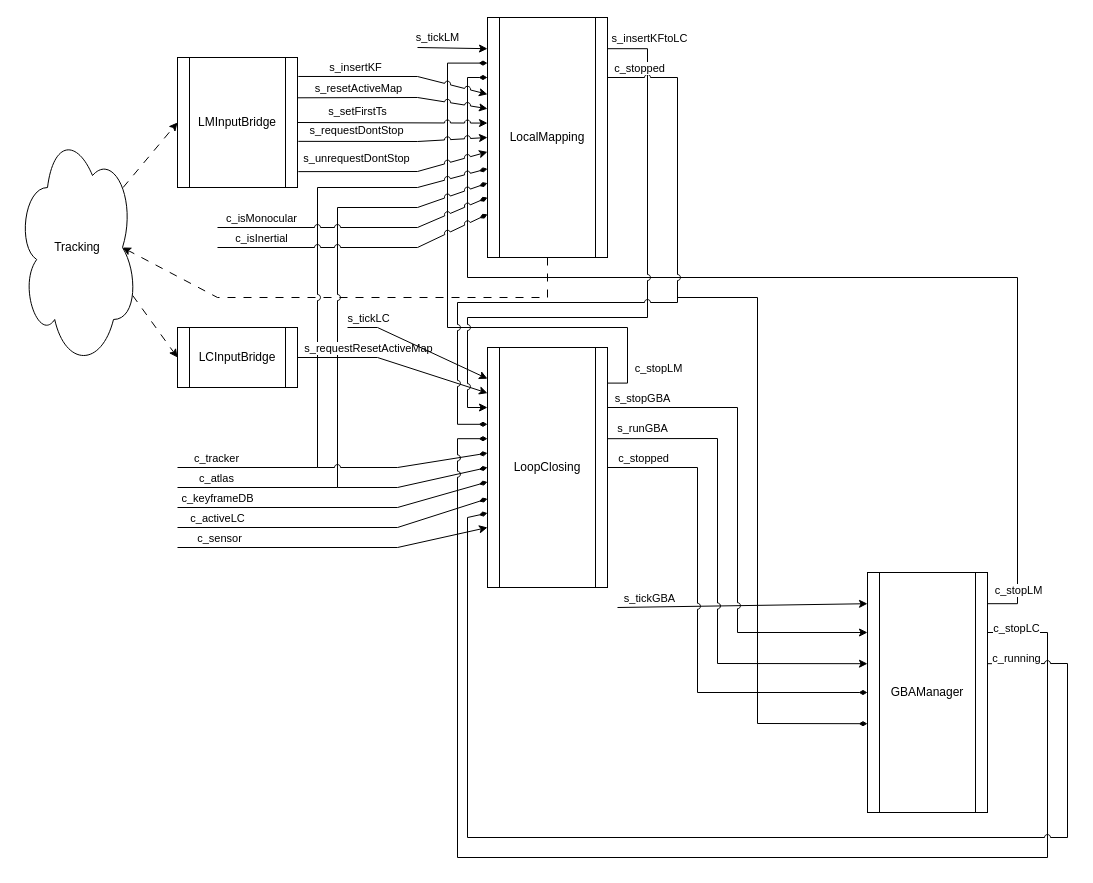
Earlier version of the draw.io diagram doc/2024-12-09_semi/images/Overall.drawio (suzuki-taro-unofficial/ORB-SLAM3-decoding). Source tidied: cells renumbered, new cells numbered last; positions are measured from the earlier drawing's top-left corner, leaving out a move shared by most shapes. Both pictures are drawn from the tidied source at 100%, with x=0, y=0 at pixel (17, 17).
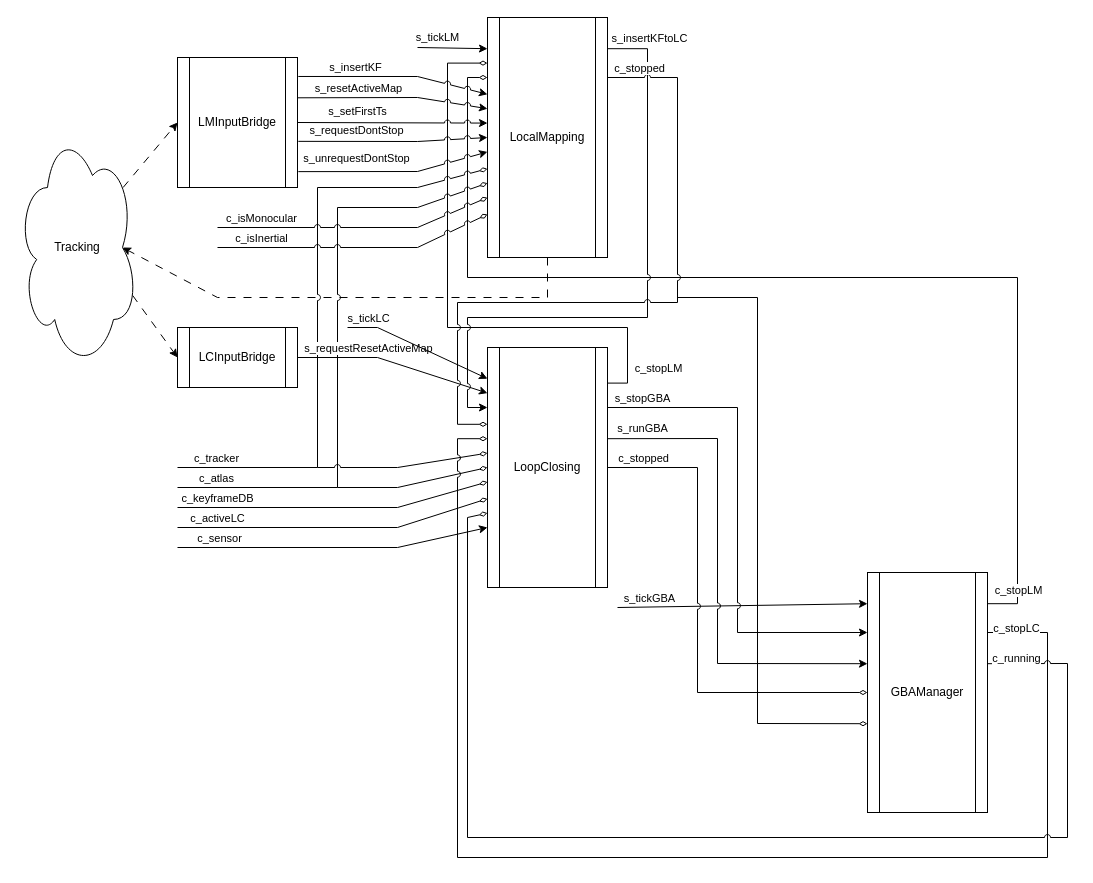
The same page after the edit.

The change refers to these unchanged cells:
```xml
<mxCell id="2" value="LoopClosing" style="shape=process;whiteSpace=wrap;html=1;backgroundOutline=1;points=[[0,0,0,0,0],[0,0.13,0,0,0],[0,0.19,0,0,0],[0,0.25,0,0,0],[0,0.32,0,0,0],[0,0.38,0,0,0],[0,0.44,0,0,0],[0,0.5,0,0,0],[0,0.56,0,0,0],[0,0.63,0,0,0],[0,0.69,0,0,0],[0,0.75,0,0,0],[0,0.82,0,0,0],[0,0.88,0,0,0],[0,1,0,0,0],[0.25,0,0,0,0],[0.25,1,0,0,0],[0.5,0,0,0,0],[0.5,1,0,0,0],[0.75,0,0,0,0],[0.75,1,0,0,0],[1,0,0,0,0],[1,0.13,0,0,0],[1,0.19,0,0,0],[1,0.25,0,0,0],[1,0.32,0,0,0],[1,0.38,0,0,0],[1,0.44,0,0,0],[1,0.5,0,0,0],[1,0.56,0,0,0],[1,0.63,0,0,0],[1,0.69,0,0,0],[1,0.75,0,0,0],[1,0.82,0,0,0],[1,0.88,0,0,0],[1,1,0,0,0]];" parent="1" vertex="1">
  <mxGeometry x="470" y="330" width="120" height="240" as="geometry" />
</mxCell>
<mxCell id="5" value="GBAManager" style="shape=process;whiteSpace=wrap;html=1;backgroundOutline=1;points=[[0,0,0,0,0],[0,0.13,0,0,0],[0,0.19,0,0,0],[0,0.25,0,0,0],[0,0.32,0,0,0],[0,0.38,0,0,0],[0,0.44,0,0,0],[0,0.5,0,0,0],[0,0.56,0,0,0],[0,0.63,0,0,0],[0,0.69,0,0,0],[0,0.75,0,0,0],[0,0.82,0,0,0],[0,0.88,0,0,0],[0,1,0,0,0],[0.25,0,0,0,0],[0.25,1,0,0,0],[0.5,0,0,0,0],[0.5,1,0,0,0],[0.75,0,0,0,0],[0.75,1,0,0,0],[1,0,0,0,0],[1,0.13,0,0,0],[1,0.19,0,0,0],[1,0.25,0,0,0],[1,0.32,0,0,0],[1,0.38,0,0,0],[1,0.44,0,0,0],[1,0.5,0,0,0],[1,0.56,0,0,0],[1,0.63,0,0,0],[1,0.69,0,0,0],[1,0.75,0,0,0],[1,0.82,0,0,0],[1,0.88,0,0,0],[1,1,0,0,0]];" parent="1" vertex="1">
  <mxGeometry x="850" y="555" width="120" height="240" as="geometry" />
</mxCell>
<mxCell id="6" value="LocalMapping" style="shape=process;whiteSpace=wrap;html=1;backgroundOutline=1;points=[[0,0,0,0,0],[0,0.13,0,0,0],[0,0.19,0,0,0],[0,0.25,0,0,0],[0,0.32,0,0,0],[0,0.38,0,0,0],[0,0.44,0,0,0],[0,0.5,0,0,0],[0,0.56,0,0,0],[0,0.63,0,0,0],[0,0.69,0,0,0],[0,0.75,0,0,0],[0,0.82,0,0,0],[0,0.88,0,0,0],[0,1,0,0,0],[0.25,0,0,0,0],[0.25,1,0,0,0],[0.5,0,0,0,0],[0.5,1,0,0,0],[0.75,0,0,0,0],[0.75,1,0,0,0],[1,0,0,0,0],[1,0.13,0,0,0],[1,0.19,0,0,0],[1,0.25,0,0,0],[1,0.32,0,0,0],[1,0.38,0,0,0],[1,0.44,0,0,0],[1,0.5,0,0,0],[1,0.56,0,0,0],[1,0.63,0,0,0],[1,0.69,0,0,0],[1,0.75,0,0,0],[1,0.82,0,0,0],[1,0.88,0,0,0],[1,1,0,0,0]];" parent="1" vertex="1">
  <mxGeometry x="470" width="120" height="240" as="geometry" />
</mxCell>
```

The edit, as a diff of the source:
```diff
@@
-    <mxCell id="3" style="edgeStyle=orthogonalEdgeStyle;rounded=0;jettySize=auto;html=1;exitX=1;exitY=0.13;exitDx=0;exitDy=0;exitPerimeter=0;entryX=0;entryY=0.19;entryDx=0;entryDy=0;entryPerimeter=0;endArrow=diamondThin;endFill=1;" parent="1" edge="1" target="6">
+    <mxCell id="3" style="edgeStyle=orthogonalEdgeStyle;rounded=0;jettySize=auto;html=1;exitX=1;exitY=0.13;exitDx=0;exitDy=0;exitPerimeter=0;entryX=0;entryY=0.19;entryDx=0;entryDy=0;entryPerimeter=0;endArrow=diamondThin;endFill=0;" parent="1" edge="1" target="6">
       <mxGeometry relative="1" as="geometry">
         <mxPoint x="590" y="365.6" as="sourcePoint" />
         <Array as="points">
           <mxPoint x="610" y="366" />
           <mxPoint x="610" y="310" />
           <mxPoint x="430" y="310" />
           <mxPoint x="430" y="46" />
         </Array>
       </mxGeometry>
     </mxCell>
@@
-    <mxCell id="7" style="edgeStyle=orthogonalEdgeStyle;rounded=0;jettySize=auto;html=1;exitX=1;exitY=0.13;exitDx=0;exitDy=0;exitPerimeter=0;entryX=0;entryY=0.25;entryDx=0;entryDy=0;entryPerimeter=0;endArrow=diamondThin;endFill=1;" parent="1" edge="1" source="5" target="6">
+    <mxCell id="7" style="edgeStyle=orthogonalEdgeStyle;rounded=0;jettySize=auto;html=1;exitX=1;exitY=0.13;exitDx=0;exitDy=0;exitPerimeter=0;entryX=0;entryY=0.25;entryDx=0;entryDy=0;entryPerimeter=0;endArrow=diamondThin;endFill=0;" parent="1" edge="1" source="5" target="6">
       <mxGeometry relative="1" as="geometry">
         <Array as="points">
           <mxPoint x="1000" y="586" />
           <mxPoint x="1000" y="260" />
           <mxPoint x="450" y="260" />
           <mxPoint x="450" y="60" />
         </Array>
       </mxGeometry>
     </mxCell>
@@
-    <mxCell id="27" style="endArrow=diamondThin;html=1;rounded=0;entryX=0;entryY=0.63;entryDx=0;entryDy=0;entryPerimeter=0;endFill=1;jumpStyle=arc;" parent="1" edge="1" target="6">
+    <mxCell id="27" style="endArrow=diamondThin;html=1;rounded=0;entryX=0;entryY=0.63;entryDx=0;entryDy=0;entryPerimeter=0;endFill=0;jumpStyle=arc;" parent="1" edge="1" target="6">
       <mxGeometry relative="1" as="geometry">
         <mxPoint x="160" y="450" as="sourcePoint" />
         <Array as="points">
           <mxPoint x="300" y="450" />
           <mxPoint x="300" y="170" />
           <mxPoint x="400" y="170" />
         </Array>
       </mxGeometry>
     </mxCell>
@@
-    <mxCell id="29" style="endArrow=diamondThin;html=1;rounded=0;entryX=0;entryY=0.69;entryDx=0;entryDy=0;entryPerimeter=0;endFill=1;jumpStyle=arc;" parent="1" edge="1" target="6">
+    <mxCell id="29" style="endArrow=diamondThin;html=1;rounded=0;entryX=0;entryY=0.69;entryDx=0;entryDy=0;entryPerimeter=0;endFill=0;jumpStyle=arc;" parent="1" edge="1" target="6">
       <mxGeometry relative="1" as="geometry">
         <mxPoint x="160" y="470" as="sourcePoint" />
         <Array as="points">
           <mxPoint x="320" y="470" />
           <mxPoint x="320" y="190" />
           <mxPoint x="400" y="190" />
         </Array>
       </mxGeometry>
     </mxCell>
@@
-    <mxCell id="31" style="endArrow=diamondThin;html=1;rounded=0;entryX=0;entryY=0.75;entryDx=0;entryDy=0;entryPerimeter=0;endFill=1;jumpStyle=arc;" parent="1" edge="1" target="6">
+    <mxCell id="31" style="endArrow=diamondThin;html=1;rounded=0;entryX=0;entryY=0.75;entryDx=0;entryDy=0;entryPerimeter=0;endFill=0;jumpStyle=arc;" parent="1" edge="1" target="6">
       <mxGeometry relative="1" as="geometry">
         <mxPoint x="200" y="210" as="sourcePoint" />
         <Array as="points">
           <mxPoint x="400" y="210" />
         </Array>
       </mxGeometry>
     </mxCell>
@@
-    <mxCell id="33" style="endArrow=diamondThin;html=1;rounded=0;entryX=0;entryY=0.82;entryDx=0;entryDy=0;entryPerimeter=0;endFill=1;jumpStyle=arc;" parent="1" edge="1" target="6">
+    <mxCell id="33" style="endArrow=diamondThin;html=1;rounded=0;entryX=0;entryY=0.82;entryDx=0;entryDy=0;entryPerimeter=0;endFill=0;jumpStyle=arc;" parent="1" edge="1" target="6">
       <mxGeometry relative="1" as="geometry">
         <mxPoint x="200" y="230" as="sourcePoint" />
         <Array as="points">
           <mxPoint x="400" y="230" />
         </Array>
       </mxGeometry>
     </mxCell>
@@
-    <mxCell id="35" style="endArrow=diamondThin;html=1;rounded=0;endFill=1;jumpStyle=arc;entryX=0;entryY=0.44;entryDx=0;entryDy=0;entryPerimeter=0;" parent="1" edge="1" target="2">
+    <mxCell id="35" style="endArrow=diamondThin;html=1;rounded=0;endFill=0;jumpStyle=arc;entryX=0;entryY=0.44;entryDx=0;entryDy=0;entryPerimeter=0;" parent="1" edge="1" target="2">
       <mxGeometry relative="1" as="geometry">
         <mxPoint x="300" y="450" as="sourcePoint" />
         <Array as="points">
           <mxPoint x="380" y="450" />
         </Array>
       </mxGeometry>
     </mxCell>
-    <mxCell id="36" style="endArrow=diamondThin;html=1;rounded=0;jumpStyle=arc;endFill=1;entryX=0;entryY=0.5;entryDx=0;entryDy=0;entryPerimeter=0;" parent="1" edge="1" target="2">
+    <mxCell id="36" style="endArrow=diamondThin;html=1;rounded=0;jumpStyle=arc;endFill=0;entryX=0;entryY=0.5;entryDx=0;entryDy=0;entryPerimeter=0;" parent="1" edge="1" target="2">
       <mxGeometry relative="1" as="geometry">
         <mxPoint x="320" y="470" as="sourcePoint" />
         <Array as="points">
           <mxPoint x="380" y="470" />
         </Array>
       </mxGeometry>
     </mxCell>
@@
-    <mxCell id="41" style="edgeStyle=orthogonalEdgeStyle;rounded=0;jettySize=auto;html=1;exitX=1;exitY=0.25;exitDx=0;exitDy=0;exitPerimeter=0;entryX=0;entryY=0.32;entryDx=0;entryDy=0;entryPerimeter=0;jumpStyle=arc;endArrow=diamondThin;endFill=1;" parent="1" edge="1" source="6" target="2">
+    <mxCell id="41" style="edgeStyle=orthogonalEdgeStyle;rounded=0;jettySize=auto;html=1;exitX=1;exitY=0.25;exitDx=0;exitDy=0;exitPerimeter=0;entryX=0;entryY=0.32;entryDx=0;entryDy=0;entryPerimeter=0;jumpStyle=arc;endArrow=diamondThin;endFill=0;" parent="1" edge="1" source="6" target="2">
       <mxGeometry relative="1" as="geometry">
         <Array as="points">
           <mxPoint x="660" y="60" />
           <mxPoint x="660" y="285" />
           <mxPoint x="440" y="285" />
           <mxPoint x="440" y="407" />
         </Array>
       </mxGeometry>
     </mxCell>
@@
-    <mxCell id="45" style="edgeStyle=orthogonalEdgeStyle;rounded=0;jettySize=auto;html=1;exitX=1;exitY=0.25;exitDx=0;exitDy=0;exitPerimeter=0;entryX=0;entryY=0.38;entryDx=0;entryDy=0;entryPerimeter=0;jumpStyle=arc;endArrow=diamondThin;endFill=1;" parent="1" edge="1" source="5" target="2">
+    <mxCell id="45" style="edgeStyle=orthogonalEdgeStyle;rounded=0;jettySize=auto;html=1;exitX=1;exitY=0.25;exitDx=0;exitDy=0;exitPerimeter=0;entryX=0;entryY=0.38;entryDx=0;entryDy=0;entryPerimeter=0;jumpStyle=arc;endArrow=diamondThin;endFill=0;" parent="1" edge="1" source="5" target="2">
       <mxGeometry relative="1" as="geometry">
         <Array as="points">
           <mxPoint x="1030" y="615" />
           <mxPoint x="1030" y="840" />
           <mxPoint x="440" y="840" />
           <mxPoint x="440" y="421" />
         </Array>
       </mxGeometry>
     </mxCell>
@@
-    <mxCell id="47" style="endArrow=diamondThin;html=1;rounded=0;endFill=1;entryX=0;entryY=0.56;entryDx=0;entryDy=0;entryPerimeter=0;" parent="1" edge="1" target="2">
+    <mxCell id="47" style="endArrow=diamondThin;html=1;rounded=0;endFill=0;entryX=0;entryY=0.56;entryDx=0;entryDy=0;entryPerimeter=0;" parent="1" edge="1" target="2">
       <mxGeometry relative="1" as="geometry">
         <mxPoint x="160" y="490" as="sourcePoint" />
         <Array as="points">
           <mxPoint x="380" y="490" />
         </Array>
       </mxGeometry>
     </mxCell>
@@
-    <mxCell id="49" style="endArrow=diamondThin;html=1;rounded=0;endFill=1;entryX=0;entryY=0.63;entryDx=0;entryDy=0;entryPerimeter=0;" parent="1" edge="1" target="2">
+    <mxCell id="49" style="endArrow=diamondThin;html=1;rounded=0;endFill=0;entryX=0;entryY=0.63;entryDx=0;entryDy=0;entryPerimeter=0;" parent="1" edge="1" target="2">
       <mxGeometry relative="1" as="geometry">
         <mxPoint x="160" y="510" as="sourcePoint" />
         <Array as="points">
           <mxPoint x="380" y="510" />
         </Array>
       </mxGeometry>
     </mxCell>
@@
-    <mxCell id="51" style="endArrow=diamondThin;html=1;rounded=0;endFill=1;entryX=0;entryY=0.69;entryDx=0;entryDy=0;entryPerimeter=0;exitX=1;exitY=0.38;exitDx=0;exitDy=0;exitPerimeter=0;jumpStyle=arc;" parent="1" edge="1" source="5" target="2">
+    <mxCell id="51" style="endArrow=diamondThin;html=1;rounded=0;endFill=0;entryX=0;entryY=0.69;entryDx=0;entryDy=0;entryPerimeter=0;exitX=1;exitY=0.38;exitDx=0;exitDy=0;exitPerimeter=0;jumpStyle=arc;" parent="1" edge="1" source="5" target="2">
       <mxGeometry relative="1" as="geometry">
         <Array as="points">
           <mxPoint x="1050" y="646" />
           <mxPoint x="1050" y="820" />
           <mxPoint x="760" y="820" />
           <mxPoint x="450" y="820" />
           <mxPoint x="450" y="610" />
           <mxPoint x="450" y="500" />
         </Array>
       </mxGeometry>
     </mxCell>
@@
-    <mxCell id="61" style="rounded=0;jettySize=auto;html=1;exitX=1;exitY=0.5;exitDx=0;exitDy=0;exitPerimeter=0;entryX=0;entryY=0.5;entryDx=0;entryDy=0;entryPerimeter=0;jumpStyle=arc;endArrow=diamondThin;endFill=1;" parent="1" edge="1" source="2" target="5">
+    <mxCell id="61" style="rounded=0;jettySize=auto;html=1;exitX=1;exitY=0.5;exitDx=0;exitDy=0;exitPerimeter=0;entryX=0;entryY=0.5;entryDx=0;entryDy=0;entryPerimeter=0;jumpStyle=arc;endArrow=diamondThin;endFill=0;" parent="1" edge="1" source="2" target="5">
       <mxGeometry relative="1" as="geometry">
         <Array as="points">
           <mxPoint x="680" y="450" />
           <mxPoint x="680" y="675" />
         </Array>
       </mxGeometry>
     </mxCell>
@@
-    <mxCell id="63" style="endArrow=diamondThin;html=1;rounded=0;entryX=0;entryY=0.63;entryDx=0;entryDy=0;entryPerimeter=0;endFill=1;" parent="1" edge="1" target="5">
+    <mxCell id="63" style="endArrow=diamondThin;html=1;rounded=0;entryX=0;entryY=0.63;entryDx=0;entryDy=0;entryPerimeter=0;endFill=0;" parent="1" edge="1" target="5">
       <mxGeometry relative="1" as="geometry">
         <mxPoint x="660" y="280" as="sourcePoint" />
         <Array as="points">
           <mxPoint x="740" y="280" />
           <mxPoint x="740" y="706" />
         </Array>
       </mxGeometry>
     </mxCell>
```
